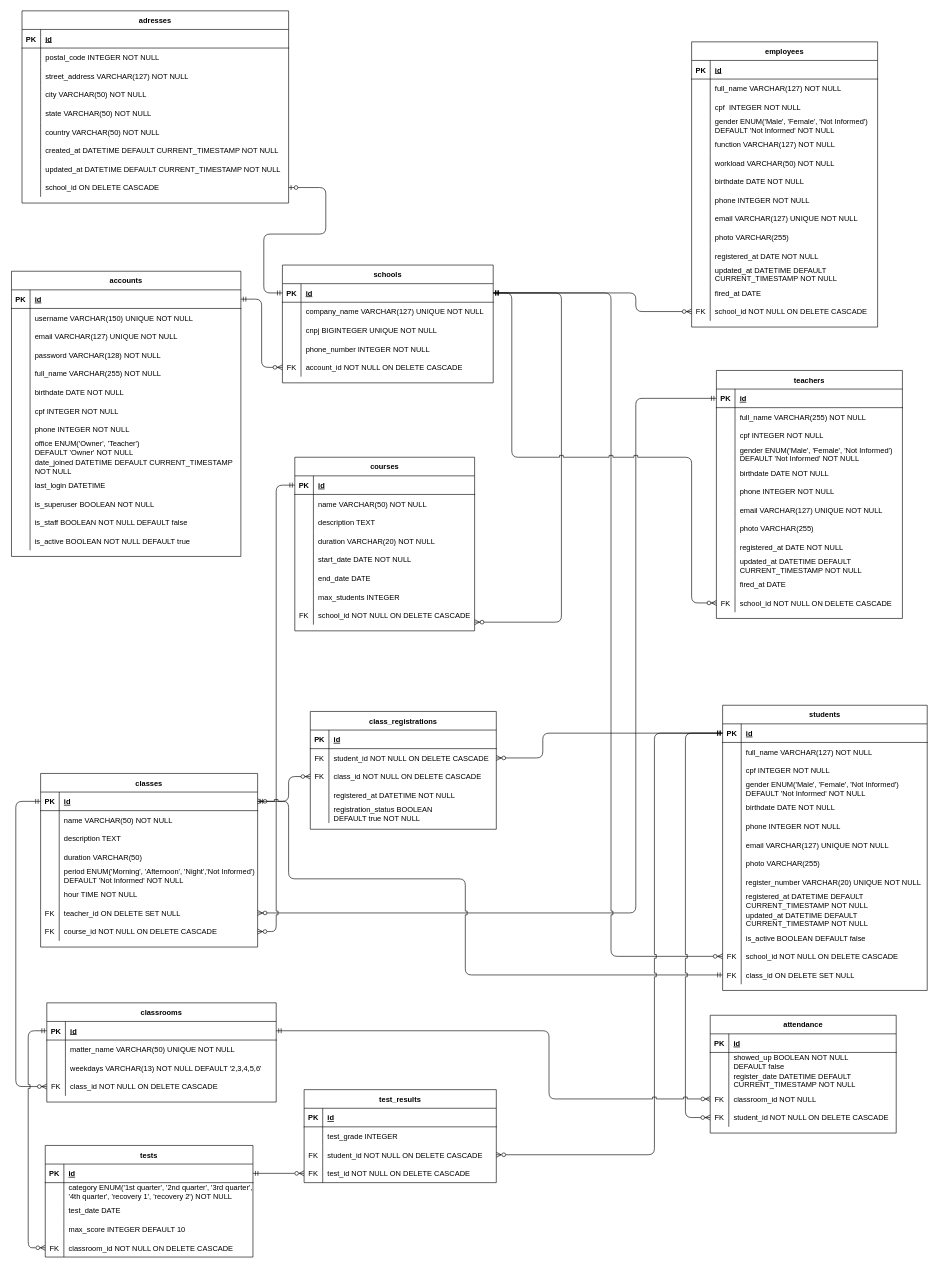
samsks/Mgt_School keeps this draw.io diagram as Diagrams/mgt_school.drawio. Above is the earlier version. Source tidied: cells renumbered, new cells numbered last; positions are measured from the earlier drawing's top-left corner, leaving out a move shared by most shapes. Both pictures are drawn from the tidied source at 62%, with x=0, y=0 at pixel (11, 11).
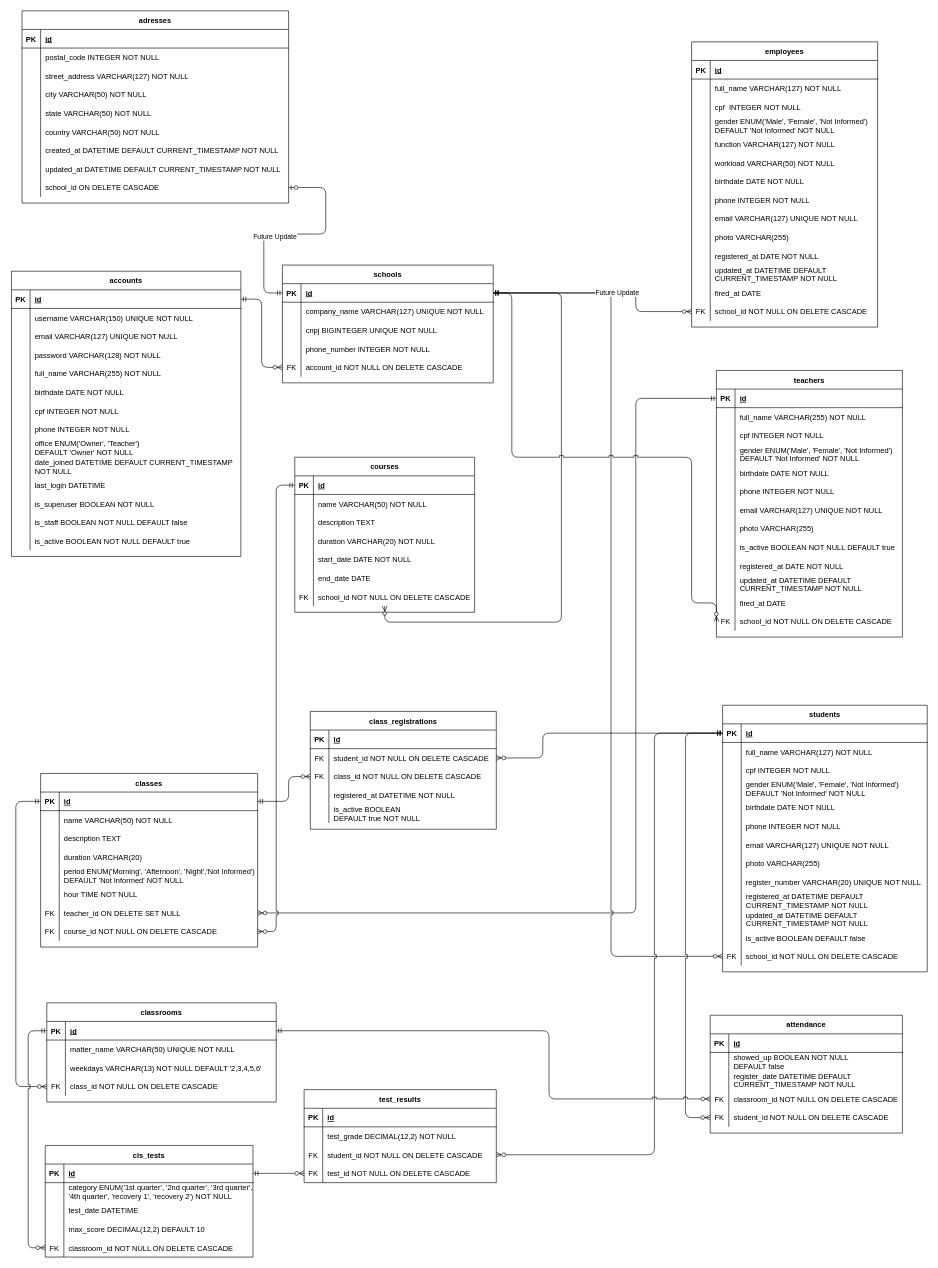
The same page after the edit.

Unchanged cells that the change refers to:
```xml
<mxCell id="145" style="shape=partialRectangle;fillColor=none;top=0;left=0;right=0;bottom=0;" parent="132" vertex="1">
  <mxGeometry y="150" width="300" height="30" as="geometry" />
</mxCell>
<mxCell id="211" style="edgeStyle=orthogonalEdgeStyle;fontSize=12;html=1;endArrow=ERzeroToOne;startArrow=ERmandOne;rounded=1;exitX=0;exitY=0.5;exitDx=0;exitDy=0;entryX=1;entryY=0.5;entryDx=0;entryDy=0;" parent="1" edge="1" source="3" target="43">
  <mxGeometry relative="1" as="geometry">
    <Array as="points">
      <mxPoint x="407" y="455" />
      <mxPoint x="407" y="360" />
      <mxPoint x="507" y="360" />
      <mxPoint x="507" y="285" />
    </Array>
  </mxGeometry>
</mxCell>
<mxCell id="256" style="shape=partialRectangle;fillColor=none;points=[[0,0.5],[1,0.5]];portConstraint=eastwest;top=0;left=0;right=0;bottom=1;" parent="255" vertex="1">
  <mxGeometry y="30" width="350" height="30" as="geometry" />
</mxCell>
<mxCell id="265" style="shape=partialRectangle;fillColor=none;top=0;left=0;right=0;bottom=0;" parent="255" vertex="1">
  <mxGeometry y="120" width="350" height="30" as="geometry" />
</mxCell>
<mxCell id="285" style="edgeStyle=orthogonalEdgeStyle;fontSize=12;html=1;endArrow=ERzeroToMany;startArrow=ERmandOne;rounded=1;strokeColor=default;jumpStyle=sharp;exitX=1;exitY=0.5;exitDx=0;exitDy=0;entryX=0;entryY=0.5;entryDx=0;entryDy=0;" parent="1" edge="1" source="3" target="252">
  <mxGeometry relative="1" as="geometry">
    <Array as="points">
      <mxPoint x="1007" y="455" />
      <mxPoint x="1007" y="485" />
    </Array>
  </mxGeometry>
</mxCell>
<mxCell id="325" style="shape=tableRow;horizontal=0;startSize=0;swimlaneHead=0;swimlaneBody=0;fillColor=none;top=0;left=0;right=0;bottom=0;" parent="318" vertex="1">
  <mxGeometry y="90" width="335" height="30" as="geometry" />
</mxCell>
<mxCell id="328" style="shape=tableRow;horizontal=0;startSize=0;swimlaneHead=0;swimlaneBody=0;fillColor=none;top=0;left=0;right=0;bottom=0;" parent="318" vertex="1">
  <mxGeometry y="120" width="335" height="30" as="geometry" />
</mxCell>
<mxCell id="341" style="shape=tableRow;horizontal=0;startSize=0;swimlaneHead=0;swimlaneBody=0;fillColor=none;top=0;left=0;right=0;bottom=0;" parent="337" vertex="1">
  <mxGeometry y="60" width="310" height="30" as="geometry" />
</mxCell>
```

The edit, as a diff of the source:
```diff
@@
     <mxCell id="89" value="students" style="shape=table;startSize=30;childLayout=tableLayout;rowLines=0;fontStyle=1;align=center;" parent="1" vertex="1">
-      <mxGeometry x="1147" y="1120" width="330" height="460" as="geometry" />
+      <mxGeometry x="1147" y="1120" width="330" height="430" as="geometry" />
     </mxCell>
@@
-    <mxCell id="129" style="shape=partialRectangle;fillColor=none;points=[[0,0.5],[1,0.5]];portConstraint=eastwest;top=0;left=0;right=0;bottom=0;" parent="89" vertex="1">
-      <mxGeometry y="420" width="330" height="30" as="geometry" />
-    </mxCell>
-    <mxCell id="130" value="FK" style="shape=partialRectangle;overflow=hidden;fillColor=none;top=0;left=0;bottom=0;right=0;" parent="129" vertex="1">
-      <mxGeometry width="30" height="30" as="geometry" />
-    </mxCell>
-    <mxCell id="131" value="class_id ON DELETE SET NULL" style="shape=partialRectangle;overflow=hidden;fillColor=none;top=0;left=0;bottom=0;right=0;align=left;spacingLeft=6;" parent="129" vertex="1">
-      <mxGeometry x="30" width="300" height="30" as="geometry" />
-    </mxCell>
@@
-    <mxCell id="147" value="registration_status BOOLEAN &#10;DEFAULT true NOT NULL" style="shape=partialRectangle;overflow=hidden;fillColor=none;top=0;left=0;bottom=0;right=0;align=left;spacingLeft=6;" parent="145" vertex="1">
+    <mxCell id="147" value="is_active BOOLEAN &#10;DEFAULT true NOT NULL" style="shape=partialRectangle;overflow=hidden;fillColor=none;top=0;left=0;bottom=0;right=0;align=left;spacingLeft=6;" parent="145" vertex="1">
       <mxGeometry x="30" width="270" height="30" as="geometry" />
     </mxCell>
     <mxCell id="148" value="courses" style="shape=table;startSize=30;childLayout=tableLayout;rowLines=0;fontStyle=1;align=center;" parent="1" vertex="1">
-      <mxGeometry x="457" y="720" width="290" height="280" as="geometry" />
+      <mxGeometry x="457" y="720" width="290" height="250" as="geometry" />
     </mxCell>
@@
-    <mxCell id="167" style="shape=partialRectangle;fillColor=none;top=0;left=0;right=0;bottom=0;" parent="148" vertex="1">
-      <mxGeometry y="210" width="290" height="30" as="geometry" />
-    </mxCell>
-    <mxCell id="168" style="shape=partialRectangle;overflow=hidden;fillColor=none;top=0;left=0;bottom=0;right=0;" parent="167" vertex="1">
-      <mxGeometry width="30" height="30" as="geometry" />
-    </mxCell>
-    <mxCell id="169" value="max_students INTEGER" style="shape=partialRectangle;overflow=hidden;fillColor=none;top=0;left=0;bottom=0;right=0;align=left;spacingLeft=6;" parent="167" vertex="1">
-      <mxGeometry x="30" width="260" height="30" as="geometry" />
-    </mxCell>
     <mxCell id="170" style="shape=partialRectangle;fillColor=none;points=[[0,0.5],[1,0.5]];portConstraint=eastwest;top=0;left=0;right=0;bottom=0;" parent="148" vertex="1">
-      <mxGeometry y="240" width="290" height="30" as="geometry" />
+      <mxGeometry y="210" width="290" height="30" as="geometry" />
     </mxCell>
@@
     <mxCell id="174" value="teachers" style="shape=table;startSize=30;childLayout=tableLayout;rowLines=0;fontStyle=1;align=center;" parent="1" vertex="1">
-      <mxGeometry x="1137" y="580" width="300" height="400" as="geometry" />
+      <mxGeometry x="1137" y="580" width="300" height="430" as="geometry" />
     </mxCell>
@@
+    <mxCell id="353" style="shape=partialRectangle;fillColor=none;top=0;left=0;right=0;bottom=0;" parent="174" vertex="1">
+      <mxGeometry y="270" width="300" height="30" as="geometry" />
+    </mxCell>
+    <mxCell id="168" style="shape=partialRectangle;overflow=hidden;fillColor=none;top=0;left=0;bottom=0;right=0;" parent="353" vertex="1">
+      <mxGeometry width="30" height="30" as="geometry" />
+    </mxCell>
+    <mxCell id="354" value="is_active BOOLEAN NOT NULL DEFAULT true" style="shape=partialRectangle;overflow=hidden;fillColor=none;top=0;left=0;bottom=0;right=0;align=left;spacingLeft=6;" parent="353" vertex="1">
+      <mxGeometry x="30" width="270" height="30" as="geometry" />
+    </mxCell>
     <mxCell id="199" style="shape=partialRectangle;fillColor=none;top=0;left=0;right=0;bottom=0;" parent="174" vertex="1">
-      <mxGeometry y="270" width="300" height="30" as="geometry" />
+      <mxGeometry y="300" width="300" height="30" as="geometry" />
     </mxCell>
@@
     <mxCell id="202" style="shape=partialRectangle;fillColor=none;top=0;left=0;right=0;bottom=0;" parent="174" vertex="1">
-      <mxGeometry y="300" width="300" height="30" as="geometry" />
+      <mxGeometry y="330" width="300" height="30" as="geometry" />
     </mxCell>
@@
     <mxCell id="205" style="shape=partialRectangle;fillColor=none;top=0;left=0;right=0;bottom=0;" parent="174" vertex="1">
-      <mxGeometry y="330" width="300" height="30" as="geometry" />
+      <mxGeometry y="360" width="300" height="30" as="geometry" />
     </mxCell>
@@
     <mxCell id="208" style="shape=partialRectangle;fillColor=none;points=[[0,0.5],[1,0.5]];portConstraint=eastwest;top=0;left=0;right=0;bottom=0;" parent="174" vertex="1">
-      <mxGeometry y="360" width="300" height="30" as="geometry" />
+      <mxGeometry y="390" width="300" height="30" as="geometry" />
     </mxCell>
@@
+    <mxCell id="355" value="Future Update" style="edgeLabel;html=1;align=center;verticalAlign=middle;" parent="211" vertex="1">
+      <mxGeometry x="-0.21" y="-3" relative="1" as="geometry" />
+    </mxCell>
@@
-    <mxCell id="267" value="duration VARCHAR(50)" style="shape=partialRectangle;overflow=hidden;fillColor=none;top=0;left=0;bottom=0;right=0;align=left;spacingLeft=6;" parent="265" vertex="1">
+    <mxCell id="267" value="duration VARCHAR(20)" style="shape=partialRectangle;overflow=hidden;fillColor=none;top=0;left=0;bottom=0;right=0;align=left;spacingLeft=6;" parent="265" vertex="1">
       <mxGeometry x="30" width="320" height="30" as="geometry" />
     </mxCell>
@@
-    <mxCell id="283" style="edgeStyle=orthogonalEdgeStyle;fontSize=12;html=1;endArrow=ERzeroToMany;startArrow=ERmandOne;rounded=1;strokeColor=default;jumpStyle=sharp;exitX=0;exitY=0.5;exitDx=0;exitDy=0;entryX=1;entryY=0.5;entryDx=0;entryDy=0;" parent="1" edge="1" source="129" target="256">
-      <mxGeometry relative="1" as="geometry">
-        <Array as="points">
-          <mxPoint x="732" y="1555" />
-          <mxPoint x="732" y="1400" />
-          <mxPoint x="447" y="1400" />
-          <mxPoint x="447" y="1275" />
-        </Array>
-      </mxGeometry>
-    </mxCell>
@@
+    <mxCell id="356" value="Future Update" style="edgeLabel;html=1;align=center;verticalAlign=middle;" parent="285" vertex="1">
+      <mxGeometry x="0.13" y="1" relative="1" as="geometry">
+        <mxPoint x="1" as="offset" />
+      </mxGeometry>
+    </mxCell>
@@
     <mxCell id="300" value="attendance" style="shape=table;startSize=30;childLayout=tableLayout;rowLines=0;fontStyle=1;align=center;" parent="1" vertex="1">
-      <mxGeometry x="1127" y="1620" width="300" height="190" as="geometry" />
+      <mxGeometry x="1127" y="1620" width="310" height="190" as="geometry" />
     </mxCell>
     <mxCell id="301" style="shape=partialRectangle;fillColor=none;top=0;left=0;right=0;bottom=1;" parent="300" vertex="1">
-      <mxGeometry y="30" width="300" height="30" as="geometry" />
+      <mxGeometry y="30" width="310" height="30" as="geometry" />
     </mxCell>
@@
     <mxCell id="303" value="id" style="shape=partialRectangle;overflow=hidden;fillColor=none;top=0;left=0;bottom=0;right=0;align=left;spacingLeft=6;fontStyle=5;" parent="301" vertex="1">
-      <mxGeometry x="30" width="270" height="30" as="geometry" />
+      <mxGeometry x="30" width="280" height="30" as="geometry" />
     </mxCell>
     <mxCell id="304" style="shape=partialRectangle;fillColor=none;top=0;left=0;right=0;bottom=0;" parent="300" vertex="1">
-      <mxGeometry y="60" width="300" height="30" as="geometry" />
+      <mxGeometry y="60" width="310" height="30" as="geometry" />
     </mxCell>
@@
     <mxCell id="306" value="showed_up BOOLEAN NOT NULL &#10;DEFAULT false" style="shape=partialRectangle;overflow=hidden;fillColor=none;top=0;left=0;bottom=0;right=0;align=left;spacingLeft=6;" parent="304" vertex="1">
-      <mxGeometry x="30" width="270" height="30" as="geometry" />
+      <mxGeometry x="30" width="280" height="30" as="geometry" />
     </mxCell>
     <mxCell id="307" style="shape=partialRectangle;fillColor=none;top=0;left=0;right=0;bottom=0;" parent="300" vertex="1">
-      <mxGeometry y="90" width="300" height="30" as="geometry" />
+      <mxGeometry y="90" width="310" height="30" as="geometry" />
     </mxCell>
@@
     <mxCell id="309" value="register_date DATETIME DEFAULT &#10;CURRENT_TIMESTAMP NOT NULL" style="shape=partialRectangle;overflow=hidden;fillColor=none;top=0;left=0;bottom=0;right=0;align=left;spacingLeft=6;" parent="307" vertex="1">
-      <mxGeometry x="30" width="270" height="30" as="geometry" />
+      <mxGeometry x="30" width="280" height="30" as="geometry" />
     </mxCell>
     <mxCell id="310" style="shape=partialRectangle;fillColor=none;points=[[0,0.5],[1,0.5]];portConstraint=eastwest;top=0;left=0;right=0;bottom=0;" parent="300" vertex="1">
-      <mxGeometry y="120" width="300" height="30" as="geometry" />
+      <mxGeometry y="120" width="310" height="30" as="geometry" />
     </mxCell>
@@
-    <mxCell id="312" value="classroom_id NOT NULL " style="shape=partialRectangle;overflow=hidden;fillColor=none;top=0;left=0;bottom=0;right=0;align=left;spacingLeft=6;" parent="310" vertex="1">
-      <mxGeometry x="30" width="270" height="30" as="geometry" />
+    <mxCell id="312" value="classroom_id NOT NULL ON DELETE CASCADE" style="shape=partialRectangle;overflow=hidden;fillColor=none;top=0;left=0;bottom=0;right=0;align=left;spacingLeft=6;" parent="310" vertex="1">
+      <mxGeometry x="30" width="280" height="30" as="geometry" />
     </mxCell>
     <mxCell id="313" style="shape=partialRectangle;fillColor=none;points=[[0,0.5],[1,0.5]];portConstraint=eastwest;top=0;left=0;right=0;bottom=0;" parent="300" vertex="1">
-      <mxGeometry y="150" width="300" height="30" as="geometry" />
+      <mxGeometry y="150" width="310" height="30" as="geometry" />
     </mxCell>
@@
     <mxCell id="315" value="student_id NOT NULL ON DELETE CASCADE" style="shape=partialRectangle;overflow=hidden;fillColor=none;top=0;left=0;bottom=0;right=0;align=left;spacingLeft=6;" parent="313" vertex="1">
-      <mxGeometry x="30" width="270" height="30" as="geometry" />
+      <mxGeometry x="30" width="280" height="30" as="geometry" />
     </mxCell>
@@
-    <mxCell id="318" value="tests" style="shape=table;startSize=30;childLayout=tableLayout;rowLines=0;fontStyle=1;align=center;" parent="1" vertex="1">
+    <mxCell id="318" value="cls_tests" style="shape=table;startSize=30;childLayout=tableLayout;rowLines=0;fontStyle=1;align=center;" parent="1" vertex="1">
       <mxGeometry x="54.5" y="1830" width="335" height="180" as="geometry" />
     </mxCell>
@@
-    <mxCell id="327" value="test_date DATE" style="shape=partialRectangle;fillColor=none;top=0;left=0;bottom=0;right=0;align=left;spacingLeft=6;overflow=hidden;" parent="325" vertex="1">
+    <mxCell id="327" value="test_date DATETIME" style="shape=partialRectangle;fillColor=none;top=0;left=0;bottom=0;right=0;align=left;spacingLeft=6;overflow=hidden;" parent="325" vertex="1">
       <mxGeometry x="30" width="305" height="30" as="geometry" />
     </mxCell>
@@
-    <mxCell id="330" value="max_score INTEGER DEFAULT 10" style="shape=partialRectangle;fillColor=none;top=0;left=0;bottom=0;right=0;align=left;spacingLeft=6;overflow=hidden;" parent="328" vertex="1">
+    <mxCell id="330" value="max_score DECIMAL(12,2) DEFAULT 10" style="shape=partialRectangle;fillColor=none;top=0;left=0;bottom=0;right=0;align=left;spacingLeft=6;overflow=hidden;" parent="328" vertex="1">
       <mxGeometry x="30" width="305" height="30" as="geometry" />
     </mxCell>
@@
-    <mxCell id="343" value="test_grade INTEGER" style="shape=partialRectangle;fillColor=none;top=0;left=0;bottom=0;right=0;align=left;spacingLeft=6;overflow=hidden;" parent="341" vertex="1">
+    <mxCell id="343" value="test_grade DECIMAL(12,2) NOT NULL" style="shape=partialRectangle;fillColor=none;top=0;left=0;bottom=0;right=0;align=left;spacingLeft=6;overflow=hidden;" parent="341" vertex="1">
       <mxGeometry x="30" width="280" height="30" as="geometry" />
     </mxCell>
```
